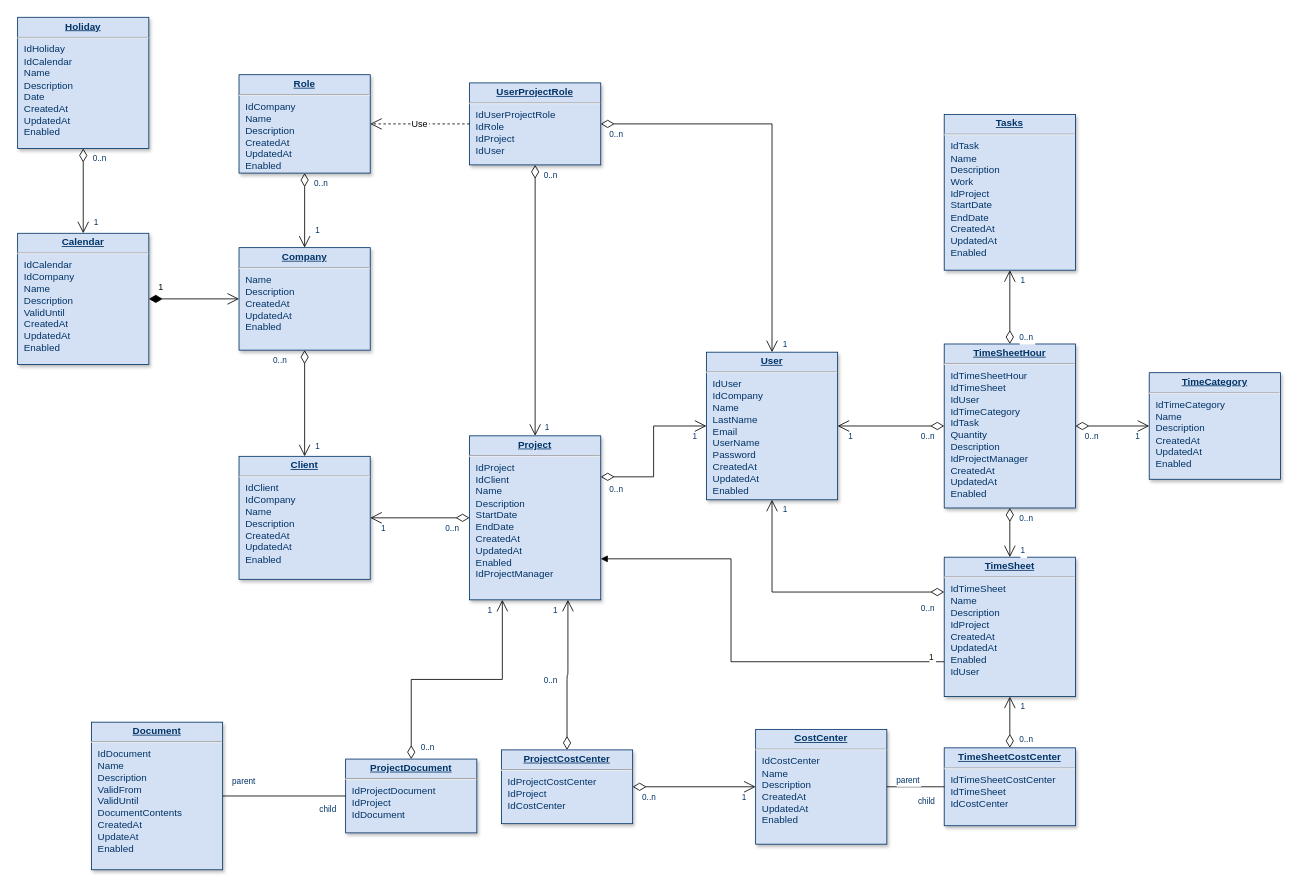
This is Untitled Diagram.drawio from Louisk3/Compound-Structure-Design, a draw.io file, before an edit. Source tidied: cells renumbered, new cells numbered last; positions are measured from the earlier drawing's top-left corner, leaving out a move shared by most shapes. Both pictures are drawn from the tidied source at 82%, with x=0, y=0 at pixel (17, 17).
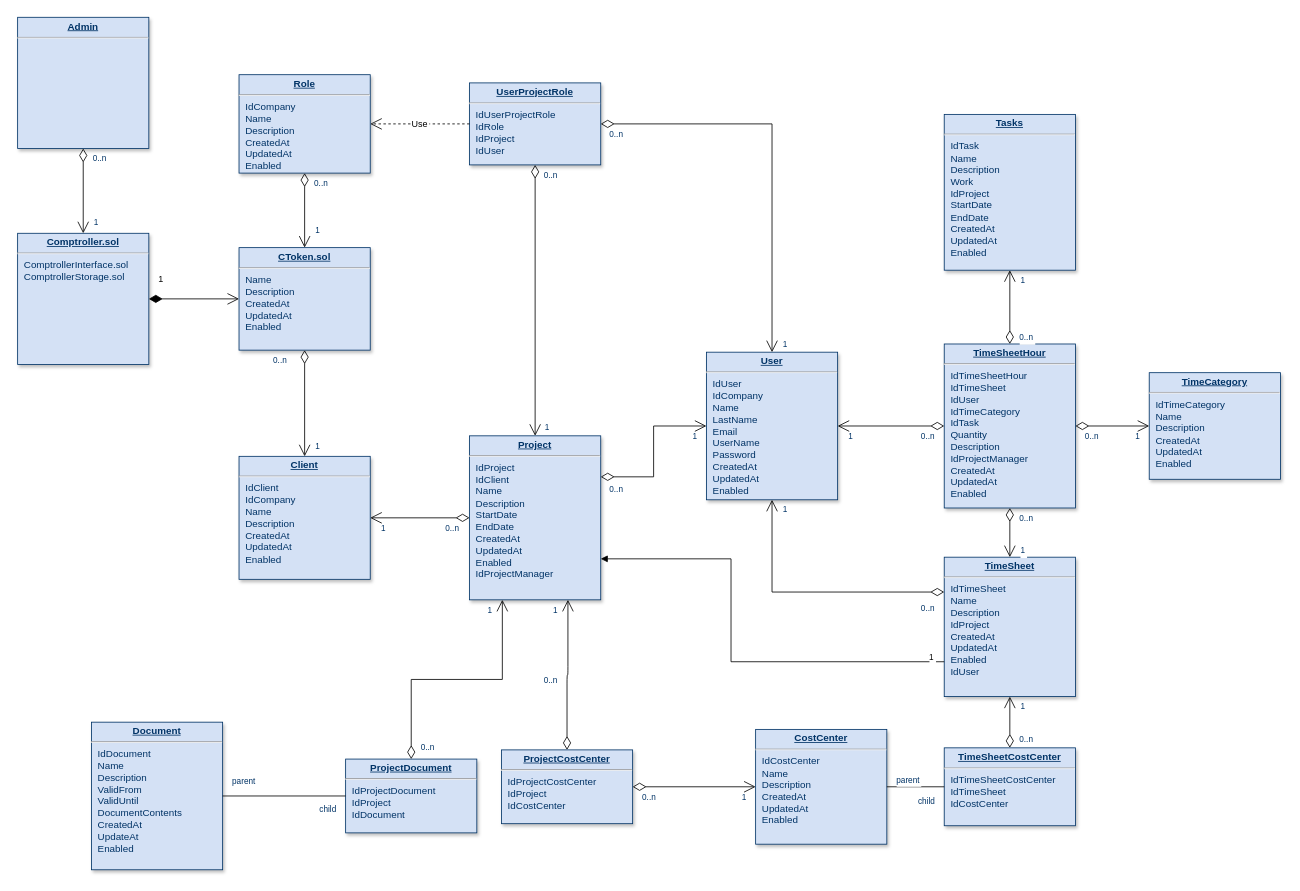
The same page after the edit.

Commit message:
Init_diagram

Diff of the diagram source:
```diff
@@
-    <mxCell id="3" value="&lt;p style=&quot;margin: 0px; margin-top: 4px; text-align: center; text-decoration: underline;&quot;&gt;&lt;strong&gt;Company&lt;/strong&gt;&lt;/p&gt;&lt;hr /&gt;&lt;p style=&quot;margin: 0px; margin-left: 8px;&quot;&gt;Name&lt;/p&gt;&lt;p style=&quot;margin: 0px; margin-left: 8px;&quot;&gt;Description&lt;/p&gt;&lt;p style=&quot;margin: 0px; margin-left: 8px;&quot;&gt;CreatedAt&lt;/p&gt;&lt;p style=&quot;margin: 0px; margin-left: 8px;&quot;&gt;UpdatedAt&lt;/p&gt;&lt;p style=&quot;margin: 0px; margin-left: 8px;&quot;&gt;Enabled&lt;/p&gt;" style="verticalAlign=top;align=left;overflow=fill;fontSize=12;fontFamily=Helvetica;html=1;strokeColor=#003366;shadow=1;fillColor=#D4E1F5;fontColor=#003366;" parent="1" vertex="1">
+    <mxCell id="3" value="&lt;p style=&quot;margin: 0px; margin-top: 4px; text-align: center; text-decoration: underline;&quot;&gt;&lt;strong&gt;CToken.sol&lt;/strong&gt;&lt;/p&gt;&lt;hr&gt;&lt;p style=&quot;margin: 0px; margin-left: 8px;&quot;&gt;Name&lt;/p&gt;&lt;p style=&quot;margin: 0px; margin-left: 8px;&quot;&gt;Description&lt;/p&gt;&lt;p style=&quot;margin: 0px; margin-left: 8px;&quot;&gt;CreatedAt&lt;/p&gt;&lt;p style=&quot;margin: 0px; margin-left: 8px;&quot;&gt;UpdatedAt&lt;/p&gt;&lt;p style=&quot;margin: 0px; margin-left: 8px;&quot;&gt;Enabled&lt;/p&gt;" style="verticalAlign=top;align=left;overflow=fill;fontSize=12;fontFamily=Helvetica;html=1;strokeColor=#003366;shadow=1;fillColor=#D4E1F5;fontColor=#003366;" parent="1" vertex="1">
       <mxGeometry x="270" y="280.5" width="160" height="125" as="geometry" />
     </mxCell>
-    <mxCell id="4" value="&lt;p style=&quot;margin: 0px; margin-top: 4px; text-align: center; text-decoration: underline;&quot;&gt;&lt;strong&gt;Calendar&lt;/strong&gt;&lt;/p&gt;&lt;hr /&gt;&lt;p style=&quot;margin: 0px; margin-left: 8px;&quot;&gt;IdCalendar&lt;/p&gt;&lt;p style=&quot;margin: 0px; margin-left: 8px;&quot;&gt;IdCompany&lt;/p&gt;&lt;p style=&quot;margin: 0px; margin-left: 8px;&quot;&gt;Name&lt;/p&gt;&lt;p style=&quot;margin: 0px; margin-left: 8px;&quot;&gt;Description&lt;/p&gt;&lt;p style=&quot;margin: 0px; margin-left: 8px;&quot;&gt;ValidUntil&lt;/p&gt;&lt;p style=&quot;margin: 0px; margin-left: 8px;&quot;&gt;CreatedAt&lt;/p&gt;&lt;p style=&quot;margin: 0px; margin-left: 8px;&quot;&gt;UpdatedAt&lt;/p&gt;&lt;p style=&quot;margin: 0px; margin-left: 8px;&quot;&gt;Enabled&lt;/p&gt;" style="verticalAlign=top;align=left;overflow=fill;fontSize=12;fontFamily=Helvetica;html=1;strokeColor=#003366;shadow=1;fillColor=#D4E1F5;fontColor=#003366;" parent="1" vertex="1">
+    <mxCell id="4" value="&lt;p style=&quot;margin: 0px; margin-top: 4px; text-align: center; text-decoration: underline;&quot;&gt;&lt;strong&gt;Comptroller.sol&lt;/strong&gt;&lt;/p&gt;&lt;hr&gt;&lt;p style=&quot;margin: 0px; margin-left: 8px;&quot;&gt;ComptrollerInterface.sol&lt;/p&gt;&lt;p style=&quot;margin: 0px; margin-left: 8px;&quot;&gt;ComptrollerStorage.sol&lt;/p&gt;&lt;p style=&quot;margin: 0px; margin-left: 8px;&quot;&gt;&lt;br&gt;&lt;/p&gt;" style="verticalAlign=top;align=left;overflow=fill;fontSize=12;fontFamily=Helvetica;html=1;strokeColor=#003366;shadow=1;fillColor=#D4E1F5;fontColor=#003366;" parent="1" vertex="1">
       <mxGeometry y="263" width="160" height="160" as="geometry" />
     </mxCell>
@@
-    <mxCell id="8" value="&lt;p style=&quot;margin: 0px; margin-top: 4px; text-align: center; text-decoration: underline;&quot;&gt;&lt;strong&gt;Holiday&lt;/strong&gt;&lt;/p&gt;&lt;hr /&gt;&lt;p style=&quot;margin: 0px; margin-left: 8px;&quot;&gt;IdHoliday&lt;/p&gt;&lt;p style=&quot;margin: 0px; margin-left: 8px;&quot;&gt;IdCalendar&lt;/p&gt;&lt;p style=&quot;margin: 0px; margin-left: 8px;&quot;&gt;Name&lt;/p&gt;&lt;p style=&quot;margin: 0px; margin-left: 8px;&quot;&gt;Description&lt;/p&gt;&lt;p style=&quot;margin: 0px; margin-left: 8px;&quot;&gt;Date&lt;/p&gt;&lt;p style=&quot;margin: 0px; margin-left: 8px;&quot;&gt;CreatedAt&lt;/p&gt;&lt;p style=&quot;margin: 0px; margin-left: 8px;&quot;&gt;UpdatedAt&lt;/p&gt;&lt;p style=&quot;margin: 0px; margin-left: 8px;&quot;&gt;Enabled&lt;/p&gt;" style="verticalAlign=top;align=left;overflow=fill;fontSize=12;fontFamily=Helvetica;html=1;strokeColor=#003366;shadow=1;fillColor=#D4E1F5;fontColor=#003366;" parent="1" vertex="1">
+    <mxCell id="8" value="&lt;p style=&quot;margin: 0px; margin-top: 4px; text-align: center; text-decoration: underline;&quot;&gt;&lt;b&gt;Admin&lt;/b&gt;&lt;/p&gt;&lt;hr&gt;&lt;p style=&quot;margin: 0px; margin-left: 8px;&quot;&gt;&lt;br&gt;&lt;/p&gt;" style="verticalAlign=top;align=left;overflow=fill;fontSize=12;fontFamily=Helvetica;html=1;strokeColor=#003366;shadow=1;fillColor=#D4E1F5;fontColor=#003366;" parent="1" vertex="1">
       <mxGeometry y="-0.4" width="160" height="160" as="geometry" />
     </mxCell>
@@
-    <mxCell id="68" value="1" style="endArrow=open;endSize=12;startArrow=diamondThin;startSize=14;startFill=1;edgeStyle=orthogonalEdgeStyle;align=left;verticalAlign=bottom;" parent="1" edge="1" source="4" target="3">
-      <mxGeometry x="-0.82" y="5" relative="1" as="geometry" />
+    <mxCell id="68" value="1" style="endArrow=open;endSize=12;startArrow=diamondThin;startSize=14;startFill=1;edgeStyle=orthogonalEdgeStyle;align=left;verticalAlign=bottom;entryX=0;entryY=0.5;entryDx=0;entryDy=0;" parent="1" edge="1" source="4" target="3">
+      <mxGeometry x="-0.82" y="15" relative="1" as="geometry" />
     </mxCell>
```
